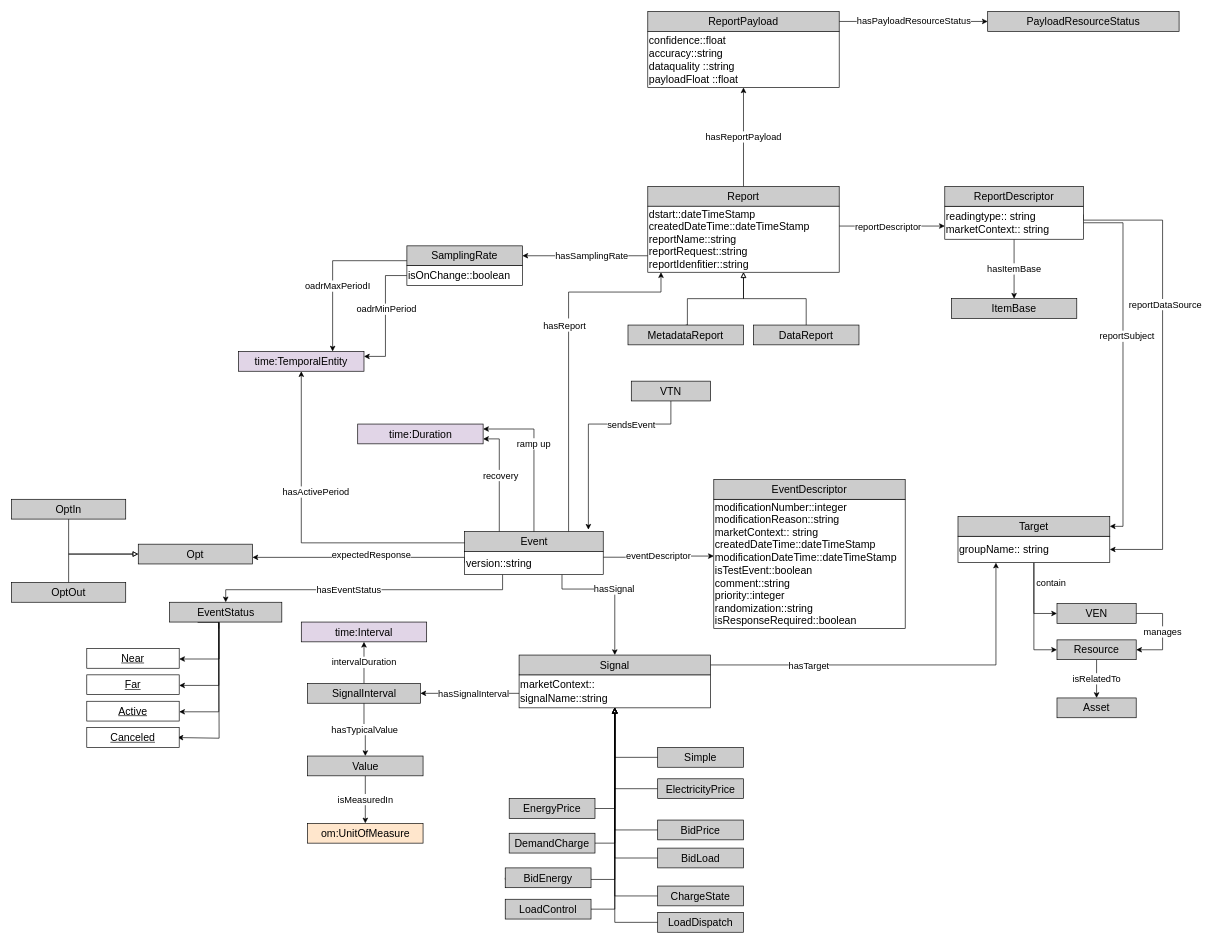
albaizq/OpenADRontology keeps this draw.io diagram as diagrams/openADR.drawio. Above is the earlier version. Source tidied: cells renumbered, new cells numbered last; positions are measured from the earlier drawing's top-left corner, leaving out a move shared by most shapes. Both pictures are drawn from the tidied source at 66%, with x=0, y=0 at pixel (11, 11).
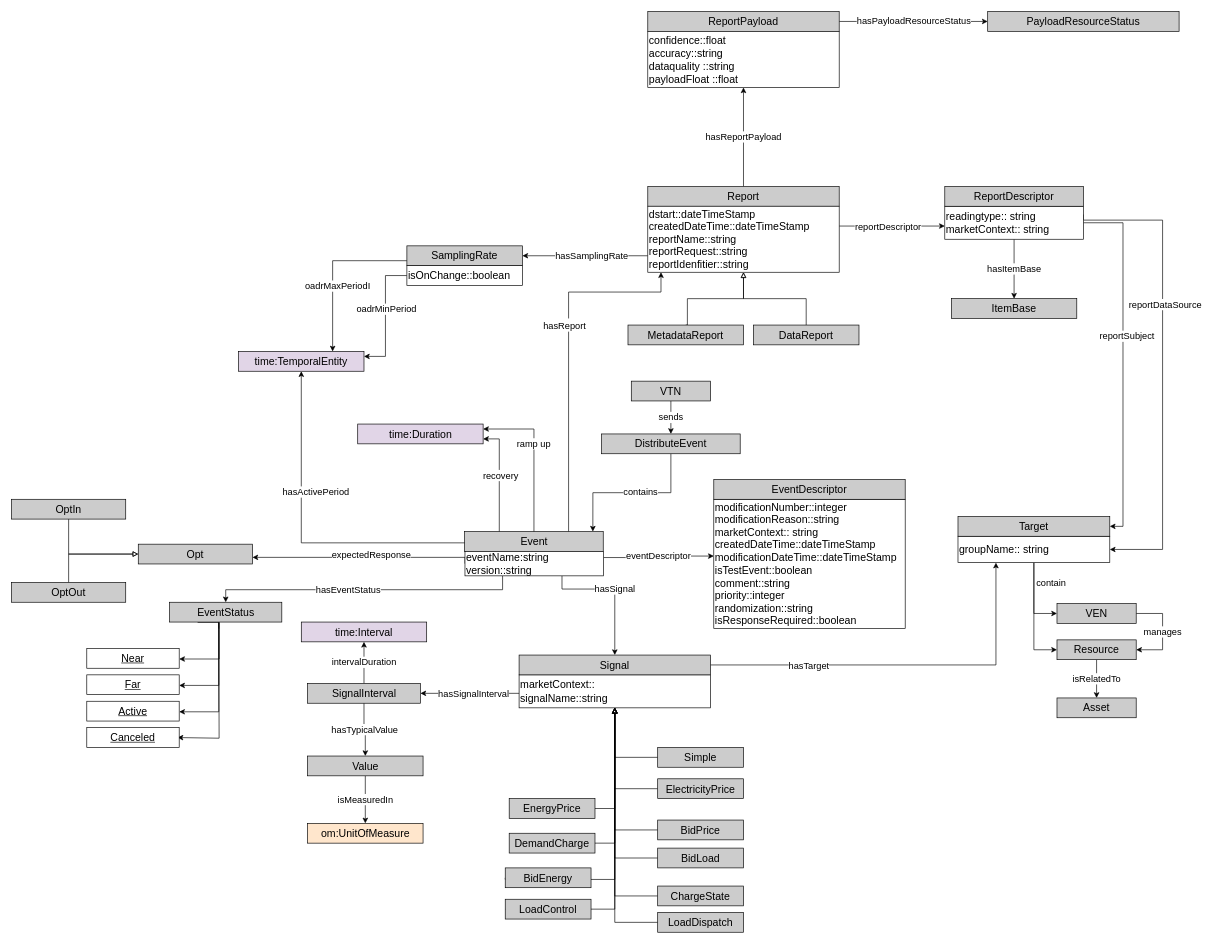
Above is the later version.

The change refers to these unchanged cells:
```xml
<mxCell id="7" value="&lt;font style=&quot;font-size: 16px&quot; color=&quot;#000000&quot;&gt;Event&lt;/font&gt;" style="rounded=0;whiteSpace=wrap;html=1;fillColor=#CCCCCC;strokeColor=#000000;fontColor=#333333;fontSize=16;fontStyle=0;" parent="1" vertex="1">
  <mxGeometry x="686.5" y="788" width="210" height="30" as="geometry" />
</mxCell>
<mxCell id="106" value="&lt;font style=&quot;font-size: 16px&quot; color=&quot;#000000&quot;&gt;VTN&lt;br&gt;&lt;/font&gt;" style="rounded=0;whiteSpace=wrap;html=1;fillColor=#CCCCCC;strokeColor=#000000;fontColor=#333333;fontSize=16;fontStyle=0;" parent="1" vertex="1">
  <mxGeometry x="939" y="560" width="120" height="30" as="geometry" />
</mxCell>
```

Diff of the diagram source:
```diff
@@
-    <mxCell id="21" value="&lt;span style=&quot;font-size: 16px&quot;&gt;version::string&lt;br style=&quot;font-size: 16px&quot;&gt;&lt;/span&gt;" style="rounded=0;whiteSpace=wrap;html=1;align=left;fontSize=16;" parent="1" vertex="1">
-      <mxGeometry x="686.5" y="818" width="210" height="35" as="geometry" />
+    <mxCell id="21" value="&lt;span style=&quot;font-size: 16px&quot;&gt;eventName:string&lt;br&gt;version::string&lt;br style=&quot;font-size: 16px&quot;&gt;&lt;/span&gt;" style="rounded=0;whiteSpace=wrap;html=1;align=left;fontSize=16;" parent="1" vertex="1">
+      <mxGeometry x="687" y="818" width="210" height="37" as="geometry" />
     </mxCell>
@@
-    <mxCell id="44" style="edgeStyle=orthogonalEdgeStyle;rounded=0;jettySize=auto;html=1;endArrow=classic;endFill=1;fontColor=none;fillColor=#f8cecc;strokeColor=#000000;exitX=0.5;exitY=1;exitDx=0;exitDy=0;" parent="1" edge="1" source="106">
-      <mxGeometry relative="1" as="geometry">
-        <mxPoint x="874" y="785" as="targetPoint" />
-        <Array as="points">
-          <mxPoint x="999" y="625" />
-          <mxPoint x="874" y="625" />
-        </Array>
-      </mxGeometry>
-    </mxCell>
-    <mxCell id="45" value="sendsEvent" style="text;html=1;align=center;verticalAlign=middle;labelBackgroundColor=#ffffff;fontColor=none;fontSize=14;" parent="44" vertex="1">
-      <mxGeometry x="-0.49" y="-3" relative="1" as="geometry">
-        <mxPoint x="-14" y="3" as="offset" />
-      </mxGeometry>
-    </mxCell>
@@
+    <mxCell id="110" value="&lt;font style=&quot;font-size: 14px&quot;&gt;sends&lt;/font&gt;" style="edgeStyle=orthogonalEdgeStyle;rounded=0;jettySize=auto;html=1;exitX=0.5;exitY=1;exitDx=0;exitDy=0;entryX=0.5;entryY=0;entryDx=0;entryDy=0;" parent="1" edge="1" source="106" target="113">
+      <mxGeometry relative="1" as="geometry" />
+    </mxCell>
@@
+    <mxCell id="111" style="edgeStyle=orthogonalEdgeStyle;rounded=0;jettySize=auto;html=1;exitX=0.5;exitY=1;exitDx=0;exitDy=0;entryX=0.925;entryY=-0.003;entryDx=0;entryDy=0;entryPerimeter=0;" parent="1" edge="1" source="113" target="7">
+      <mxGeometry relative="1" as="geometry" />
+    </mxCell>
+    <mxCell id="112" value="contains" style="text;html=1;align=center;verticalAlign=middle;labelBackgroundColor=#ffffff;fontSize=14;" parent="111" vertex="1">
+      <mxGeometry x="-0.1" y="-2" relative="1" as="geometry" />
+    </mxCell>
+    <mxCell id="113" value="&lt;font style=&quot;font-size: 16px&quot; color=&quot;#000000&quot;&gt;DistributeEvent&lt;/font&gt;" style="rounded=0;whiteSpace=wrap;html=1;fillColor=#CCCCCC;strokeColor=#000000;fontColor=#333333;fontSize=16;fontStyle=0;" parent="1" vertex="1">
+      <mxGeometry x="894" y="640" width="210" height="30" as="geometry" />
+    </mxCell>
```
